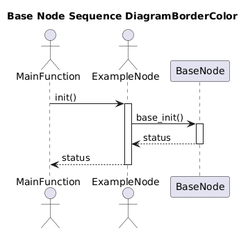
Earlier version of the PlantUML export doc/Core/BaseNode/puml/BaseNodeSequenceDiagram.png (fastrobotics/robot_framework_ros). Its diagram source:
```plantuml
@startuml
title Base Node Sequence DiagramBorderColor
actor MainFunction as main
actor ExampleNode as node
participant BaseNode as baseNode

main -> node++: init()
node -> baseNode++: base_init()
baseNode --> node--: status
node --> main--: status


@enduml
```
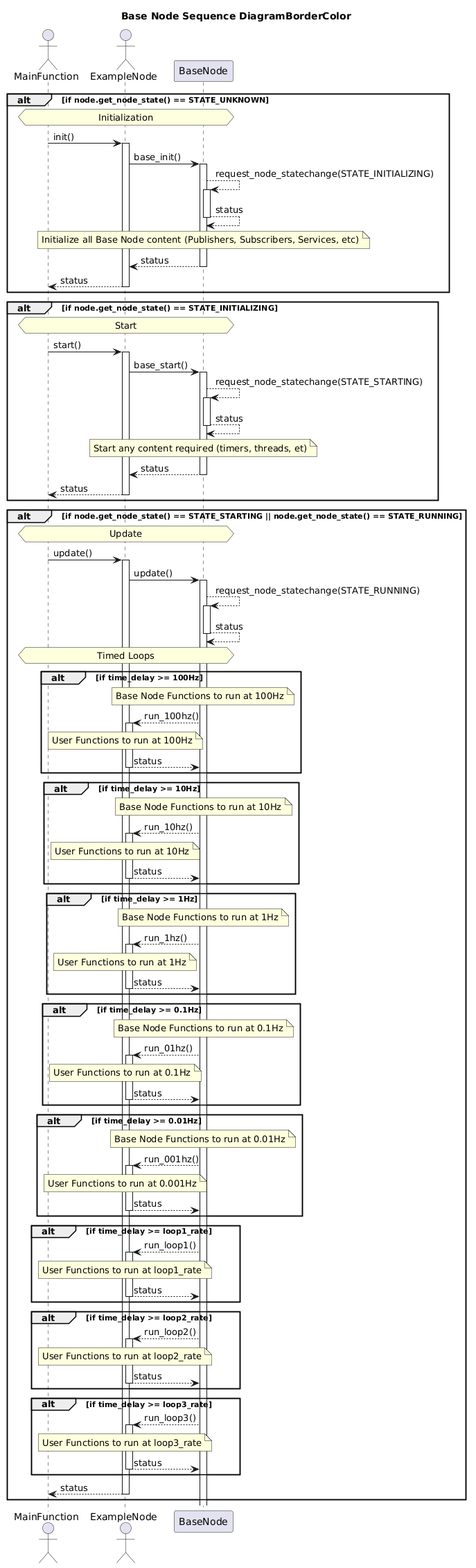
After the change.

What changed in the source:
```diff
@@ -4,10 +4,96 @@
 actor ExampleNode as node
 participant BaseNode as baseNode
 
-main -> node++: init()
-node -> baseNode++: base_init()
-baseNode --> node--: status
-node --> main--: status
+alt if node.get_node_state() == STATE_UNKNOWN
+    hnote across: Initialization
+    main -> node++: init()
+    node -> baseNode++: base_init()
+    baseNode --> baseNode++: request_node_statechange(STATE_INITIALIZING)
+    baseNode --> baseNode--: status
+    note over baseNode
+    Initialize all Base Node content (Publishers, Subscribers, Services, etc)
+    end note
+    baseNode --> node--: status
+    node --> main--: status
+end
+
+alt if node.get_node_state() == STATE_INITIALIZING
+    hnote across: Start
+    main -> node++: start()
+    node -> baseNode++: base_start()
+    baseNode --> baseNode++: request_node_statechange(STATE_STARTING)
+    baseNode --> baseNode--: status
+    note over baseNode
+    Start any content required (timers, threads, et)
+    end note
+    baseNode --> node--: status
+    node --> main--: status
+end
+
+alt if node.get_node_state() == STATE_STARTING || node.get_node_state() == STATE_RUNNING
+    hnote across: Update
+    main -> node++: update()
+    node -> baseNode++: update()
+    baseNode --> baseNode++: request_node_statechange(STATE_RUNNING)
+    baseNode --> baseNode--: status
+    hnote across: Timed Loops
+
+    alt if time_delay >= 100Hz
+        note over baseNode: Base Node Functions to run at 100Hz
+        baseNode --> node++: run_100hz()
+        note over node: User Functions to run at 100Hz
+        node --> baseNode--: status
+    end
+
+    alt if time_delay >= 10Hz
+        note over baseNode: Base Node Functions to run at 10Hz
+        baseNode --> node++: run_10hz()
+        note over node: User Functions to run at 10Hz
+        node --> baseNode--: status
+    end
+
+    alt if time_delay >= 1Hz
+    note over baseNode: Base Node Functions to run at 1Hz
+        baseNode --> node++: run_1hz()
+        note over node: User Functions to run at 1Hz
+        node --> baseNode--: status
+    end
+
+    alt if time_delay >= 0.1Hz
+        note over baseNode: Base Node Functions to run at 0.1Hz
+        baseNode --> node++: run_01hz()
+        note over node: User Functions to run at 0.1Hz
+        node --> baseNode--: status
+    end
+
+    alt if time_delay >= 0.01Hz
+        note over baseNode: Base Node Functions to run at 0.01Hz
+        baseNode --> node++: run_001hz()
+        note over node: User Functions to run at 0.001Hz
+        node --> baseNode--: status
+    end
+
+    alt if time_delay >= loop1_rate
+        baseNode --> node++: run_loop1()
+        note over node: User Functions to run at loop1_rate
+        node --> baseNode--: status
+    end
+
+    alt if time_delay >= loop2_rate
+        baseNode --> node++: run_loop2()
+        note over node: User Functions to run at loop2_rate
+        node --> baseNode--: status
+    end
+
+    alt if time_delay >= loop3_rate
+        baseNode --> node++: run_loop3()
+        note over node: User Functions to run at loop3_rate
+        node --> baseNode--: status
+    end
+    node --> main--: status
+
+end
+
 
 
 @enduml
```
